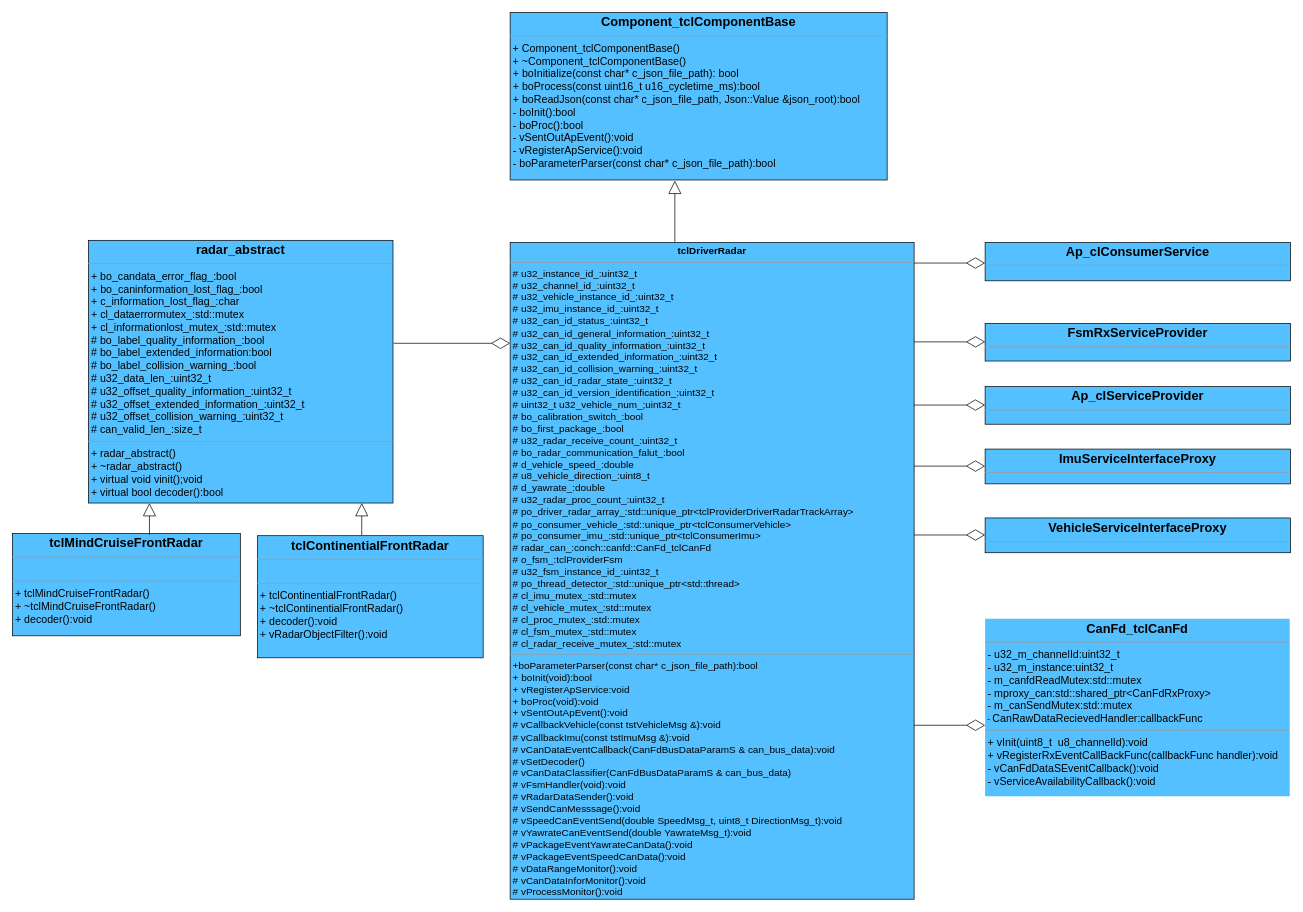
Before: imu_静态图.drawio in CodePorterW/DrawIo, a draw.io diagram. Source tidied: cells renumbered, new cells numbered last; positions are measured from the earlier drawing's top-left corner, leaving out a move shared by most shapes. Both pictures are drawn from the tidied source at 71%, with x=0, y=0 at pixel (12, 12).
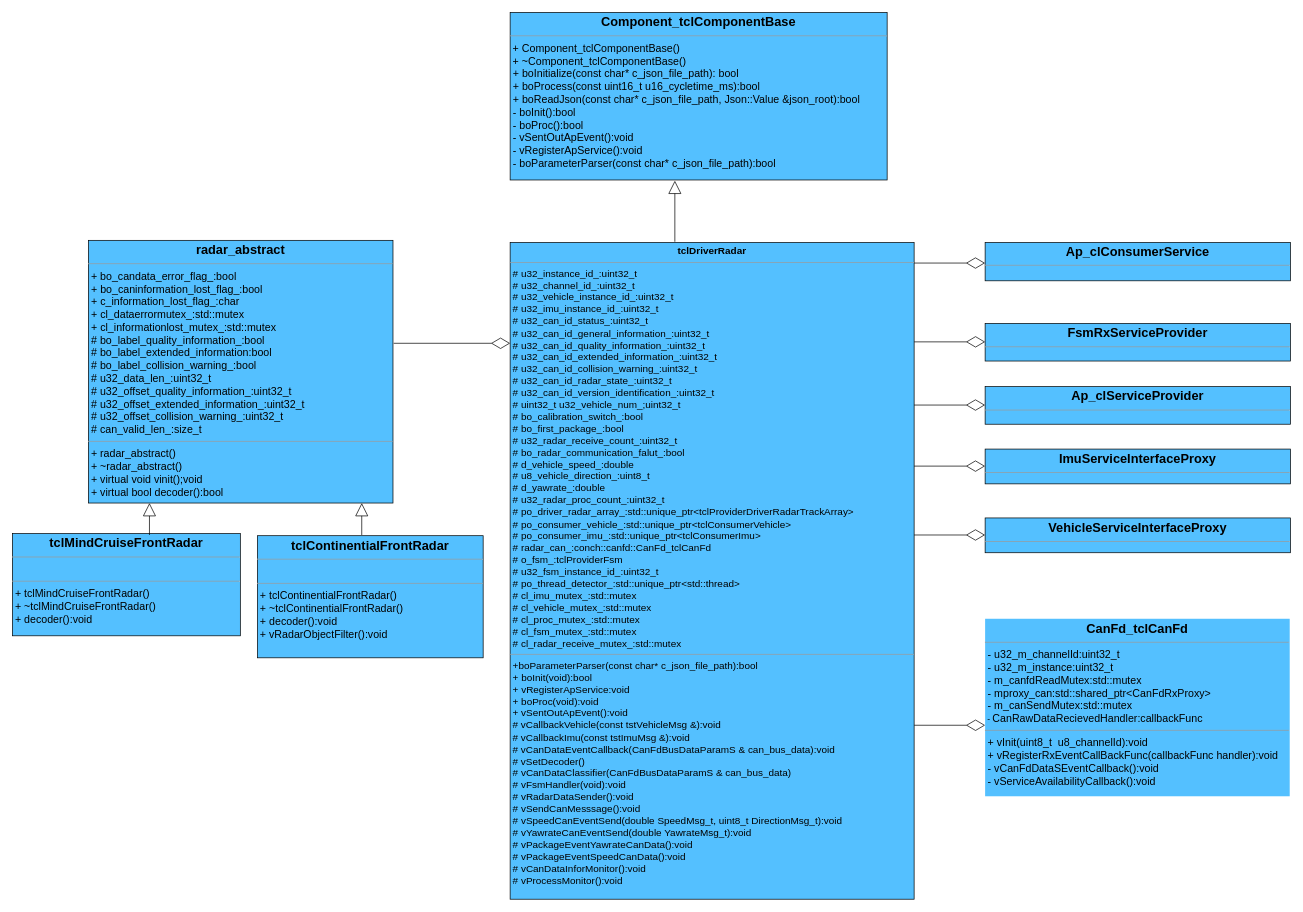
After the change.

Commit message:
更新imu_静态图.drawio

Change to the diagram source:
```diff
@@
-    <mxCell id="2" value="&lt;p style=&quot;margin: 4px 0px 0px; text-align: center; font-size: 14px;&quot;&gt;&lt;font style=&quot;font-size: 14px;&quot;&gt;&lt;b style=&quot;background-color: initial;&quot;&gt;&lt;font style=&quot;font-size: 14px;&quot;&gt;tclDriverRadar&lt;/font&gt;&lt;/b&gt;&lt;br&gt;&lt;/font&gt;&lt;/p&gt;&lt;hr size=&quot;1&quot; style=&quot;font-size: 14px;&quot;&gt;&lt;p style=&quot;margin: 0px 0px 0px 4px; font-size: 14px;&quot;&gt;&lt;font style=&quot;font-size: 14px;&quot;&gt;#&amp;nbsp;u32_instance_id_:uint32_t&lt;/font&gt;&lt;/p&gt;&lt;p style=&quot;margin: 0px 0px 0px 4px; font-size: 14px;&quot;&gt;&lt;font style=&quot;font-size: 14px;&quot;&gt;#&amp;nbsp;u32_channel_id_:uint32_t&lt;/font&gt;&lt;/p&gt;&lt;p style=&quot;margin: 0px 0px 0px 4px; font-size: 14px;&quot;&gt;&lt;font style=&quot;font-size: 14px;&quot;&gt;#&amp;nbsp;u32_vehicle_instance_id_:uint32_t&lt;/font&gt;&lt;/p&gt;&lt;p style=&quot;margin: 0px 0px 0px 4px; font-size: 14px;&quot;&gt;&lt;font style=&quot;font-size: 14px;&quot;&gt;#&amp;nbsp;u32_imu_instance_id_:uint32_t&lt;/font&gt;&lt;/p&gt;&lt;p style=&quot;margin: 0px 0px 0px 4px; font-size: 14px;&quot;&gt;&lt;font style=&quot;font-size: 14px;&quot;&gt;#&amp;nbsp;u32_can_id_status_:uint32_t&lt;/font&gt;&lt;/p&gt;&lt;p style=&quot;margin: 0px 0px 0px 4px; font-size: 14px;&quot;&gt;&lt;font style=&quot;font-size: 14px;&quot;&gt;#&amp;nbsp;u32_can_id_general_information_:uint32_t&lt;/font&gt;&lt;/p&gt;&lt;p style=&quot;margin: 0px 0px 0px 4px; font-size: 14px;&quot;&gt;&lt;font style=&quot;font-size: 14px;&quot;&gt;#&amp;nbsp;u32_can_id_quality_information_:uint32_t&lt;/font&gt;&lt;/p&gt;&lt;p style=&quot;margin: 0px 0px 0px 4px; font-size: 14px;&quot;&gt;&lt;font style=&quot;font-size: 14px;&quot;&gt;#&amp;nbsp;u32_can_id_extended_information_:uint32_t&lt;/font&gt;&lt;/p&gt;&lt;p style=&quot;margin: 0px 0px 0px 4px; font-size: 14px;&quot;&gt;&lt;font style=&quot;font-size: 14px;&quot;&gt;#&amp;nbsp;u32_can_id_collision_warning_:uint32_t&lt;/font&gt;&lt;/p&gt;&lt;p style=&quot;margin: 0px 0px 0px 4px; font-size: 14px;&quot;&gt;&lt;font style=&quot;font-size: 14px;&quot;&gt;#&amp;nbsp;u32_can_id_radar_state_:uint32_t&lt;/font&gt;&lt;/p&gt;&lt;p style=&quot;margin: 0px 0px 0px 4px; font-size: 14px;&quot;&gt;&lt;font style=&quot;font-size: 14px;&quot;&gt;#&amp;nbsp;u32_can_id_version_identification_:uint32_t&lt;/font&gt;&lt;/p&gt;&lt;p style=&quot;margin: 0px 0px 0px 4px; font-size: 14px;&quot;&gt;&lt;font style=&quot;font-size: 14px;&quot;&gt;&lt;font style=&quot;font-size: 14px;&quot;&gt;#&amp;nbsp;&lt;/font&gt;uint32_t u32_vehicle_num_;uint32_t&lt;/font&gt;&lt;/p&gt;&lt;p style=&quot;margin: 0px 0px 0px 4px; font-size: 14px;&quot;&gt;&lt;font style=&quot;font-size: 14px;&quot;&gt;#&amp;nbsp;bo_calibration_switch_:bool&lt;/font&gt;&lt;/p&gt;&lt;p style=&quot;margin: 0px 0px 0px 4px; font-size: 14px;&quot;&gt;&lt;font style=&quot;font-size: 14px;&quot;&gt;#&amp;nbsp;bo_first_package_:bool&lt;/font&gt;&lt;/p&gt;&lt;p style=&quot;margin: 0px 0px 0px 4px; font-size: 14px;&quot;&gt;&lt;font style=&quot;font-size: 14px;&quot;&gt;#&amp;nbsp;u32_radar_receive_count_:uint32_t&lt;/font&gt;&lt;/p&gt;&lt;p style=&quot;margin: 0px 0px 0px 4px; font-size: 14px;&quot;&gt;&lt;font style=&quot;font-size: 14px;&quot;&gt;#&amp;nbsp;bo_radar_communication_falut_:bool&lt;/font&gt;&lt;/p&gt;&lt;p style=&quot;margin: 0px 0px 0px 4px; font-size: 14px;&quot;&gt;&lt;font style=&quot;font-size: 14px;&quot;&gt;#&amp;nbsp;d_vehicle_speed_:double&lt;/font&gt;&lt;/p&gt;&lt;p style=&quot;margin: 0px 0px 0px 4px; font-size: 14px;&quot;&gt;&lt;font style=&quot;font-size: 14px;&quot;&gt;#&amp;nbsp;u8_vehicle_direction_:uint8_t&lt;/font&gt;&lt;/p&gt;&lt;p style=&quot;margin: 0px 0px 0px 4px; font-size: 14px;&quot;&gt;&lt;font style=&quot;font-size: 14px;&quot;&gt;#&amp;nbsp;d_yawrate_:double&lt;/font&gt;&lt;/p&gt;&lt;p style=&quot;margin: 0px 0px 0px 4px; font-size: 14px;&quot;&gt;&lt;font style=&quot;font-size: 14px;&quot;&gt;#&amp;nbsp;u32_radar_proc_count_:uint32_t&lt;/font&gt;&lt;/p&gt;&lt;p style=&quot;margin: 0px 0px 0px 4px; font-size: 14px;&quot;&gt;&lt;font style=&quot;font-size: 14px;&quot;&gt;#&amp;nbsp;po_driver_radar_array_:std::unique_ptr&amp;lt;tclProviderDriverRadarTrackArray&amp;gt;&lt;/font&gt;&lt;/p&gt;&lt;p style=&quot;margin: 0px 0px 0px 4px; font-size: 14px;&quot;&gt;&lt;font style=&quot;font-size: 14px;&quot;&gt;#&amp;nbsp;po_consumer_vehicle_:std::unique_ptr&amp;lt;tclConsumerVehicle&amp;gt;&lt;/font&gt;&lt;/p&gt;&lt;p style=&quot;margin: 0px 0px 0px 4px; font-size: 14px;&quot;&gt;&lt;font style=&quot;font-size: 14px;&quot;&gt;#&amp;nbsp;po_consumer_imu_:std::unique_ptr&amp;lt;tclConsumerImu&amp;gt;&lt;/font&gt;&lt;/p&gt;&lt;p style=&quot;margin: 0px 0px 0px 4px; font-size: 14px;&quot;&gt;&lt;font style=&quot;font-size: 14px;&quot;&gt;#&amp;nbsp;radar_can_:conch::canfd::CanFd_tclCanFd&lt;/font&gt;&lt;/p&gt;&lt;p style=&quot;margin: 0px 0px 0px 4px; font-size: 14px;&quot;&gt;&lt;font style=&quot;font-size: 14px;&quot;&gt;#&amp;nbsp;o_fsm_:tclProviderFsm&lt;/font&gt;&lt;/p&gt;&lt;p style=&quot;margin: 0px 0px 0px 4px; font-size: 14px;&quot;&gt;&lt;font style=&quot;font-size: 14px;&quot;&gt;#&amp;nbsp;u32_fsm_instance_id_:uint32_t&lt;/font&gt;&lt;/p&gt;&lt;p style=&quot;margin: 0px 0px 0px 4px; font-size: 14px;&quot;&gt;&lt;font style=&quot;font-size: 14px;&quot;&gt;#&amp;nbsp;po_thread_detector_:std::unique_ptr&amp;lt;std::thread&amp;gt;&lt;/font&gt;&lt;/p&gt;&lt;p style=&quot;margin: 0px 0px 0px 4px; font-size: 14px;&quot;&gt;&lt;font style=&quot;font-size: 14px;&quot;&gt;#&amp;nbsp;cl_imu_mutex_:std::mutex&lt;/font&gt;&lt;/p&gt;&lt;p style=&quot;margin: 0px 0px 0px 4px; font-size: 14px;&quot;&gt;&lt;font style=&quot;font-size: 14px;&quot;&gt;#&amp;nbsp;cl_vehicle_mutex_:std::mutex&lt;/font&gt;&lt;/p&gt;&lt;p style=&quot;margin: 0px 0px 0px 4px; font-size: 14px;&quot;&gt;&lt;font style=&quot;font-size: 14px;&quot;&gt;#&amp;nbsp;cl_proc_mutex_:std::mutex&lt;/font&gt;&lt;/p&gt;&lt;p style=&quot;margin: 0px 0px 0px 4px; font-size: 14px;&quot;&gt;&lt;font style=&quot;font-size: 14px;&quot;&gt;#&amp;nbsp;cl_fsm_mutex_:std::mutex&amp;nbsp;&lt;/font&gt;&lt;/p&gt;&lt;p style=&quot;margin: 0px 0px 0px 4px; font-size: 14px;&quot;&gt;&lt;font style=&quot;font-size: 14px;&quot;&gt;#&amp;nbsp;cl_radar_receive_mutex_:std::mutex&lt;/font&gt;&lt;/p&gt;&lt;hr size=&quot;1&quot; style=&quot;font-size: 14px;&quot;&gt;&lt;p style=&quot;margin: 0px 0px 0px 4px; font-size: 14px;&quot;&gt;&lt;font style=&quot;font-size: 14px;&quot;&gt;+boParameterParser(const char* c_json_file_path):bool&lt;/font&gt;&lt;/p&gt;&lt;p style=&quot;margin: 0px 0px 0px 4px; font-size: 14px;&quot;&gt;&lt;font style=&quot;font-size: 14px;&quot;&gt;+&amp;nbsp;boInit(void):bool&lt;/font&gt;&lt;/p&gt;&lt;p style=&quot;margin: 0px 0px 0px 4px; font-size: 14px;&quot;&gt;&lt;font style=&quot;font-size: 14px;&quot;&gt;+&amp;nbsp;vRegisterApService:void&lt;/font&gt;&lt;/p&gt;&lt;font style=&quot;font-size: 14px;&quot;&gt;&amp;nbsp;+ boProc(void):void&lt;br style=&quot;&quot;&gt;&amp;nbsp;+ vSentOutApEvent():void&lt;br&gt;&amp;nbsp;# vCallbackVehicle(const tstVehicleMsg &amp;amp;):void&lt;br&gt;&amp;nbsp;# vCallbackImu(const tstImuMsg &amp;amp;):void&lt;br&gt;&amp;nbsp;# vCanDataEventCallback(CanFdBusDataParamS &amp;amp; can_bus_data):void&lt;br&gt;&amp;nbsp;# vSetDecoder()&lt;br&gt;&lt;/font&gt;&lt;p style=&quot;margin: 0px 0px 0px 4px; font-size: 14px;&quot;&gt;&lt;/p&gt;&lt;p style=&quot;margin: 0px 0px 0px 4px; font-size: 14px;&quot;&gt;&lt;font style=&quot;font-size: 14px;&quot;&gt;#&amp;nbsp;vCanDataClassifier(CanFdBusDataParamS &amp;amp; can_bus_data)&lt;/font&gt;&lt;/p&gt;&lt;p style=&quot;margin: 0px 0px 0px 4px; font-size: 14px;&quot;&gt;&lt;font style=&quot;font-size: 14px;&quot;&gt;#&amp;nbsp;vFsmHandler(void):void&lt;/font&gt;&lt;/p&gt;&lt;p style=&quot;margin: 0px 0px 0px 4px; font-size: 14px;&quot;&gt;&lt;font style=&quot;font-size: 14px;&quot;&gt;#&amp;nbsp;vRadarDataSender():void&lt;/font&gt;&lt;/p&gt;&lt;p style=&quot;margin: 0px 0px 0px 4px; font-size: 14px;&quot;&gt;&lt;font style=&quot;font-size: 14px;&quot;&gt;#&amp;nbsp;vSendCanMesssage():void&lt;/font&gt;&lt;/p&gt;&lt;p style=&quot;margin: 0px 0px 0px 4px; font-size: 14px;&quot;&gt;&lt;font style=&quot;font-size: 14px;&quot;&gt;#&amp;nbsp;vSpeedCanEventSend(double SpeedMsg_t, uint8_t DirectionMsg_t):void&lt;/font&gt;&lt;/p&gt;&lt;p style=&quot;margin: 0px 0px 0px 4px; font-size: 14px;&quot;&gt;&lt;font style=&quot;font-size: 14px;&quot;&gt;#&amp;nbsp;vYawrateCanEventSend(double YawrateMsg_t):void&lt;/font&gt;&lt;/p&gt;&lt;p style=&quot;margin: 0px 0px 0px 4px; font-size: 14px;&quot;&gt;&lt;font style=&quot;font-size: 14px;&quot;&gt;# vPackageEventYawrateCanData():void&lt;/font&gt;&lt;/p&gt;&lt;p style=&quot;margin: 0px 0px 0px 4px; font-size: 14px;&quot;&gt;&lt;font style=&quot;font-size: 14px;&quot;&gt;#&amp;nbsp;vPackageEventSpeedCanData():void&lt;/font&gt;&lt;/p&gt;&lt;p style=&quot;margin: 0px 0px 0px 4px; font-size: 14px;&quot;&gt;&lt;font style=&quot;font-size: 14px;&quot;&gt;#&amp;nbsp;vDataRangeMonitor():void&lt;/font&gt;&lt;/p&gt;&lt;p style=&quot;margin: 0px 0px 0px 4px; font-size: 14px;&quot;&gt;&lt;font style=&quot;font-size: 14px;&quot;&gt;#&amp;nbsp;vCanDataInforMonitor():void&lt;/font&gt;&lt;/p&gt;&lt;p style=&quot;margin: 0px 0px 0px 4px; font-size: 14px;&quot;&gt;&lt;font style=&quot;font-size: 14px;&quot;&gt;#&amp;nbsp;vProcessMonitor():void&lt;/font&gt;&lt;/p&gt;&lt;p style=&quot;margin: 0px 0px 0px 4px ; font-size: 15px&quot;&gt;&lt;br&gt;&lt;/p&gt;" style="verticalAlign=top;align=left;overflow=fill;fontSize=12;fontFamily=Helvetica;html=1;fillColor=#54C0FF;" parent="1" vertex="1">
+    <mxCell id="2" value="&lt;p style=&quot;margin: 4px 0px 0px; text-align: center; font-size: 14px;&quot;&gt;&lt;font style=&quot;font-size: 14px;&quot;&gt;&lt;b style=&quot;background-color: initial;&quot;&gt;&lt;font style=&quot;font-size: 14px;&quot;&gt;tclDriverRadar&lt;/font&gt;&lt;/b&gt;&lt;br&gt;&lt;/font&gt;&lt;/p&gt;&lt;hr size=&quot;1&quot; style=&quot;font-size: 14px;&quot;&gt;&lt;p style=&quot;margin: 0px 0px 0px 4px; font-size: 14px;&quot;&gt;&lt;font style=&quot;font-size: 14px;&quot;&gt;#&amp;nbsp;u32_instance_id_:uint32_t&lt;/font&gt;&lt;/p&gt;&lt;p style=&quot;margin: 0px 0px 0px 4px; font-size: 14px;&quot;&gt;&lt;font style=&quot;font-size: 14px;&quot;&gt;#&amp;nbsp;u32_channel_id_:uint32_t&lt;/font&gt;&lt;/p&gt;&lt;p style=&quot;margin: 0px 0px 0px 4px; font-size: 14px;&quot;&gt;&lt;font style=&quot;font-size: 14px;&quot;&gt;#&amp;nbsp;u32_vehicle_instance_id_:uint32_t&lt;/font&gt;&lt;/p&gt;&lt;p style=&quot;margin: 0px 0px 0px 4px; font-size: 14px;&quot;&gt;&lt;font style=&quot;font-size: 14px;&quot;&gt;#&amp;nbsp;u32_imu_instance_id_:uint32_t&lt;/font&gt;&lt;/p&gt;&lt;p style=&quot;margin: 0px 0px 0px 4px; font-size: 14px;&quot;&gt;&lt;font style=&quot;font-size: 14px;&quot;&gt;#&amp;nbsp;u32_can_id_status_:uint32_t&lt;/font&gt;&lt;/p&gt;&lt;p style=&quot;margin: 0px 0px 0px 4px; font-size: 14px;&quot;&gt;&lt;font style=&quot;font-size: 14px;&quot;&gt;#&amp;nbsp;u32_can_id_general_information_:uint32_t&lt;/font&gt;&lt;/p&gt;&lt;p style=&quot;margin: 0px 0px 0px 4px; font-size: 14px;&quot;&gt;&lt;font style=&quot;font-size: 14px;&quot;&gt;#&amp;nbsp;u32_can_id_quality_information_:uint32_t&lt;/font&gt;&lt;/p&gt;&lt;p style=&quot;margin: 0px 0px 0px 4px; font-size: 14px;&quot;&gt;&lt;font style=&quot;font-size: 14px;&quot;&gt;#&amp;nbsp;u32_can_id_extended_information_:uint32_t&lt;/font&gt;&lt;/p&gt;&lt;p style=&quot;margin: 0px 0px 0px 4px; font-size: 14px;&quot;&gt;&lt;font style=&quot;font-size: 14px;&quot;&gt;#&amp;nbsp;u32_can_id_collision_warning_:uint32_t&lt;/font&gt;&lt;/p&gt;&lt;p style=&quot;margin: 0px 0px 0px 4px; font-size: 14px;&quot;&gt;&lt;font style=&quot;font-size: 14px;&quot;&gt;#&amp;nbsp;u32_can_id_radar_state_:uint32_t&lt;/font&gt;&lt;/p&gt;&lt;p style=&quot;margin: 0px 0px 0px 4px; font-size: 14px;&quot;&gt;&lt;font style=&quot;font-size: 14px;&quot;&gt;#&amp;nbsp;u32_can_id_version_identification_:uint32_t&lt;/font&gt;&lt;/p&gt;&lt;p style=&quot;margin: 0px 0px 0px 4px; font-size: 14px;&quot;&gt;&lt;font style=&quot;font-size: 14px;&quot;&gt;&lt;font style=&quot;font-size: 14px;&quot;&gt;#&amp;nbsp;&lt;/font&gt;uint32_t u32_vehicle_num_;uint32_t&lt;/font&gt;&lt;/p&gt;&lt;p style=&quot;margin: 0px 0px 0px 4px; font-size: 14px;&quot;&gt;&lt;font style=&quot;font-size: 14px;&quot;&gt;#&amp;nbsp;bo_calibration_switch_:bool&lt;/font&gt;&lt;/p&gt;&lt;p style=&quot;margin: 0px 0px 0px 4px; font-size: 14px;&quot;&gt;&lt;font style=&quot;font-size: 14px;&quot;&gt;#&amp;nbsp;bo_first_package_:bool&lt;/font&gt;&lt;/p&gt;&lt;p style=&quot;margin: 0px 0px 0px 4px; font-size: 14px;&quot;&gt;&lt;font style=&quot;font-size: 14px;&quot;&gt;#&amp;nbsp;u32_radar_receive_count_:uint32_t&lt;/font&gt;&lt;/p&gt;&lt;p style=&quot;margin: 0px 0px 0px 4px; font-size: 14px;&quot;&gt;&lt;font style=&quot;font-size: 14px;&quot;&gt;#&amp;nbsp;bo_radar_communication_falut_:bool&lt;/font&gt;&lt;/p&gt;&lt;p style=&quot;margin: 0px 0px 0px 4px; font-size: 14px;&quot;&gt;&lt;font style=&quot;font-size: 14px;&quot;&gt;#&amp;nbsp;d_vehicle_speed_:double&lt;/font&gt;&lt;/p&gt;&lt;p style=&quot;margin: 0px 0px 0px 4px; font-size: 14px;&quot;&gt;&lt;font style=&quot;font-size: 14px;&quot;&gt;#&amp;nbsp;u8_vehicle_direction_:uint8_t&lt;/font&gt;&lt;/p&gt;&lt;p style=&quot;margin: 0px 0px 0px 4px; font-size: 14px;&quot;&gt;&lt;font style=&quot;font-size: 14px;&quot;&gt;#&amp;nbsp;d_yawrate_:double&lt;/font&gt;&lt;/p&gt;&lt;p style=&quot;margin: 0px 0px 0px 4px; font-size: 14px;&quot;&gt;&lt;font style=&quot;font-size: 14px;&quot;&gt;#&amp;nbsp;u32_radar_proc_count_:uint32_t&lt;/font&gt;&lt;/p&gt;&lt;p style=&quot;margin: 0px 0px 0px 4px; font-size: 14px;&quot;&gt;&lt;font style=&quot;font-size: 14px;&quot;&gt;#&amp;nbsp;po_driver_radar_array_:std::unique_ptr&amp;lt;tclProviderDriverRadarTrackArray&amp;gt;&lt;/font&gt;&lt;/p&gt;&lt;p style=&quot;margin: 0px 0px 0px 4px; font-size: 14px;&quot;&gt;&lt;font style=&quot;font-size: 14px;&quot;&gt;#&amp;nbsp;po_consumer_vehicle_:std::unique_ptr&amp;lt;tclConsumerVehicle&amp;gt;&lt;/font&gt;&lt;/p&gt;&lt;p style=&quot;margin: 0px 0px 0px 4px; font-size: 14px;&quot;&gt;&lt;font style=&quot;font-size: 14px;&quot;&gt;#&amp;nbsp;po_consumer_imu_:std::unique_ptr&amp;lt;tclConsumerImu&amp;gt;&lt;/font&gt;&lt;/p&gt;&lt;p style=&quot;margin: 0px 0px 0px 4px; font-size: 14px;&quot;&gt;&lt;font style=&quot;font-size: 14px;&quot;&gt;#&amp;nbsp;radar_can_:conch::canfd::CanFd_tclCanFd&lt;/font&gt;&lt;/p&gt;&lt;p style=&quot;margin: 0px 0px 0px 4px; font-size: 14px;&quot;&gt;&lt;font style=&quot;font-size: 14px;&quot;&gt;#&amp;nbsp;o_fsm_:tclProviderFsm&lt;/font&gt;&lt;/p&gt;&lt;p style=&quot;margin: 0px 0px 0px 4px; font-size: 14px;&quot;&gt;&lt;font style=&quot;font-size: 14px;&quot;&gt;#&amp;nbsp;u32_fsm_instance_id_:uint32_t&lt;/font&gt;&lt;/p&gt;&lt;p style=&quot;margin: 0px 0px 0px 4px; font-size: 14px;&quot;&gt;&lt;font style=&quot;font-size: 14px;&quot;&gt;#&amp;nbsp;po_thread_detector_:std::unique_ptr&amp;lt;std::thread&amp;gt;&lt;/font&gt;&lt;/p&gt;&lt;p style=&quot;margin: 0px 0px 0px 4px; font-size: 14px;&quot;&gt;&lt;font style=&quot;font-size: 14px;&quot;&gt;#&amp;nbsp;cl_imu_mutex_:std::mutex&lt;/font&gt;&lt;/p&gt;&lt;p style=&quot;margin: 0px 0px 0px 4px; font-size: 14px;&quot;&gt;&lt;font style=&quot;font-size: 14px;&quot;&gt;#&amp;nbsp;cl_vehicle_mutex_:std::mutex&lt;/font&gt;&lt;/p&gt;&lt;p style=&quot;margin: 0px 0px 0px 4px; font-size: 14px;&quot;&gt;&lt;font style=&quot;font-size: 14px;&quot;&gt;#&amp;nbsp;cl_proc_mutex_:std::mutex&lt;/font&gt;&lt;/p&gt;&lt;p style=&quot;margin: 0px 0px 0px 4px; font-size: 14px;&quot;&gt;&lt;font style=&quot;font-size: 14px;&quot;&gt;#&amp;nbsp;cl_fsm_mutex_:std::mutex&amp;nbsp;&lt;/font&gt;&lt;/p&gt;&lt;p style=&quot;margin: 0px 0px 0px 4px; font-size: 14px;&quot;&gt;&lt;font style=&quot;font-size: 14px;&quot;&gt;#&amp;nbsp;cl_radar_receive_mutex_:std::mutex&lt;/font&gt;&lt;/p&gt;&lt;hr size=&quot;1&quot; style=&quot;font-size: 14px;&quot;&gt;&lt;p style=&quot;margin: 0px 0px 0px 4px; font-size: 14px;&quot;&gt;&lt;font style=&quot;font-size: 14px;&quot;&gt;+boParameterParser(const char* c_json_file_path):bool&lt;/font&gt;&lt;/p&gt;&lt;p style=&quot;margin: 0px 0px 0px 4px; font-size: 14px;&quot;&gt;&lt;font style=&quot;font-size: 14px;&quot;&gt;+&amp;nbsp;boInit(void):bool&lt;/font&gt;&lt;/p&gt;&lt;p style=&quot;margin: 0px 0px 0px 4px; font-size: 14px;&quot;&gt;&lt;font style=&quot;font-size: 14px;&quot;&gt;+&amp;nbsp;vRegisterApService:void&lt;/font&gt;&lt;/p&gt;&lt;font style=&quot;font-size: 14px;&quot;&gt;&amp;nbsp;+ boProc(void):void&lt;br style=&quot;&quot;&gt;&amp;nbsp;+ vSentOutApEvent():void&lt;br&gt;&amp;nbsp;# vCallbackVehicle(const tstVehicleMsg &amp;amp;):void&lt;br&gt;&amp;nbsp;# vCallbackImu(const tstImuMsg &amp;amp;):void&lt;br&gt;&amp;nbsp;# vCanDataEventCallback(CanFdBusDataParamS &amp;amp; can_bus_data):void&lt;br&gt;&amp;nbsp;# vSetDecoder()&lt;br&gt;&lt;/font&gt;&lt;p style=&quot;margin: 0px 0px 0px 4px; font-size: 14px;&quot;&gt;&lt;/p&gt;&lt;p style=&quot;margin: 0px 0px 0px 4px; font-size: 14px;&quot;&gt;&lt;font style=&quot;font-size: 14px;&quot;&gt;#&amp;nbsp;vCanDataClassifier(CanFdBusDataParamS &amp;amp; can_bus_data)&lt;/font&gt;&lt;/p&gt;&lt;p style=&quot;margin: 0px 0px 0px 4px; font-size: 14px;&quot;&gt;&lt;font style=&quot;font-size: 14px;&quot;&gt;#&amp;nbsp;vFsmHandler(void):void&lt;/font&gt;&lt;/p&gt;&lt;p style=&quot;margin: 0px 0px 0px 4px; font-size: 14px;&quot;&gt;&lt;font style=&quot;font-size: 14px;&quot;&gt;#&amp;nbsp;vRadarDataSender():void&lt;/font&gt;&lt;/p&gt;&lt;p style=&quot;margin: 0px 0px 0px 4px; font-size: 14px;&quot;&gt;&lt;font style=&quot;font-size: 14px;&quot;&gt;#&amp;nbsp;vSendCanMesssage():void&lt;/font&gt;&lt;/p&gt;&lt;p style=&quot;margin: 0px 0px 0px 4px; font-size: 14px;&quot;&gt;&lt;font style=&quot;font-size: 14px;&quot;&gt;#&amp;nbsp;vSpeedCanEventSend(double SpeedMsg_t, uint8_t DirectionMsg_t):void&lt;/font&gt;&lt;/p&gt;&lt;p style=&quot;margin: 0px 0px 0px 4px; font-size: 14px;&quot;&gt;&lt;font style=&quot;font-size: 14px;&quot;&gt;#&amp;nbsp;vYawrateCanEventSend(double YawrateMsg_t):void&lt;/font&gt;&lt;/p&gt;&lt;p style=&quot;margin: 0px 0px 0px 4px; font-size: 14px;&quot;&gt;&lt;font style=&quot;font-size: 14px;&quot;&gt;# vPackageEventYawrateCanData():void&lt;/font&gt;&lt;/p&gt;&lt;p style=&quot;margin: 0px 0px 0px 4px; font-size: 14px;&quot;&gt;&lt;font style=&quot;font-size: 14px;&quot;&gt;#&amp;nbsp;vPackageEventSpeedCanData():void&lt;/font&gt;&lt;/p&gt;&lt;p style=&quot;margin: 0px 0px 0px 4px; font-size: 14px;&quot;&gt;&lt;font style=&quot;font-size: 14px;&quot;&gt;#&amp;nbsp;vCanDataInforMonitor():void&lt;/font&gt;&lt;/p&gt;&lt;p style=&quot;margin: 0px 0px 0px 4px; font-size: 14px;&quot;&gt;&lt;font style=&quot;font-size: 14px;&quot;&gt;#&amp;nbsp;vProcessMonitor():void&lt;/font&gt;&lt;/p&gt;&lt;p style=&quot;margin: 0px 0px 0px 4px ; font-size: 15px&quot;&gt;&lt;br&gt;&lt;/p&gt;" style="verticalAlign=top;align=left;overflow=fill;fontSize=12;fontFamily=Helvetica;html=1;fillColor=#54C0FF;" parent="1" vertex="1">
       <mxGeometry x="701" y="324" width="569" height="925" as="geometry" />
     </mxCell>
```
